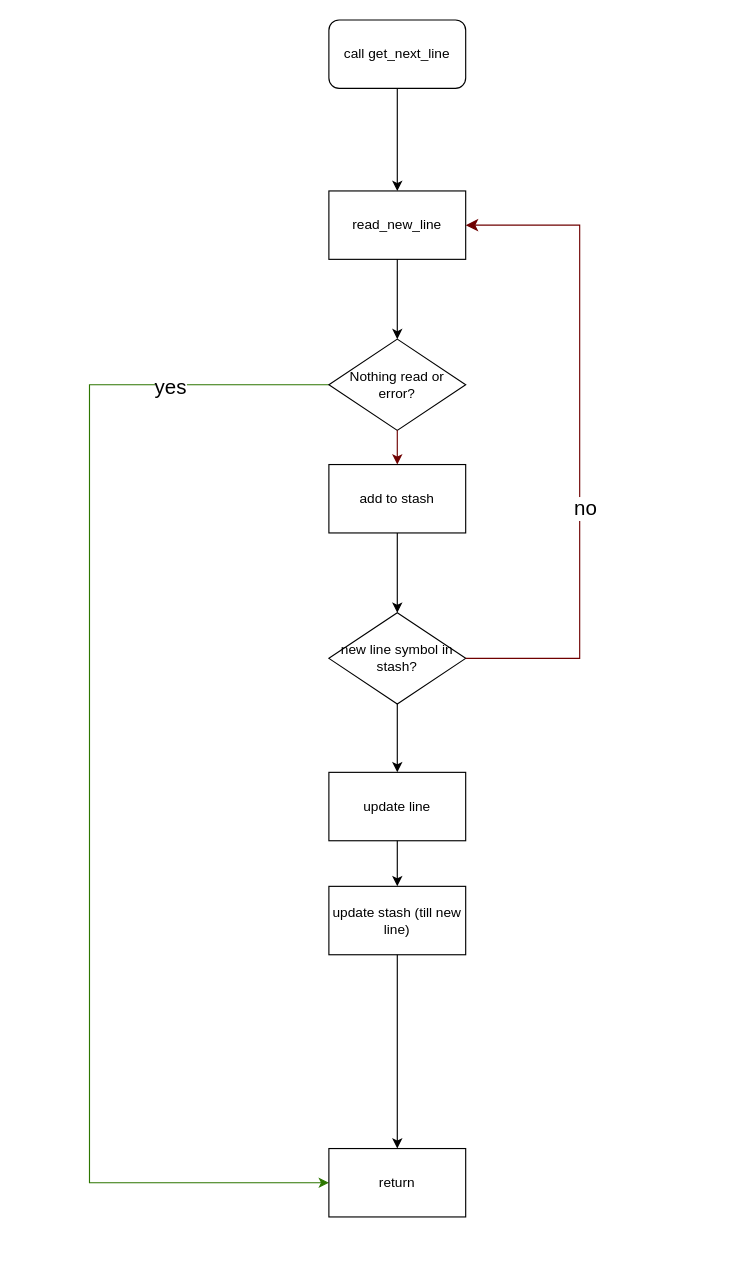
Above: get_next_line.drawio in justchillinghere/42_get_next_line (draw.io), before the change. Source tidied: cells renumbered, new cells numbered last; positions are measured from the earlier drawing's top-left corner, leaving out a move shared by most shapes. Both pictures are drawn from the tidied source at 114%, with x=0, y=0 at pixel (89, 19).
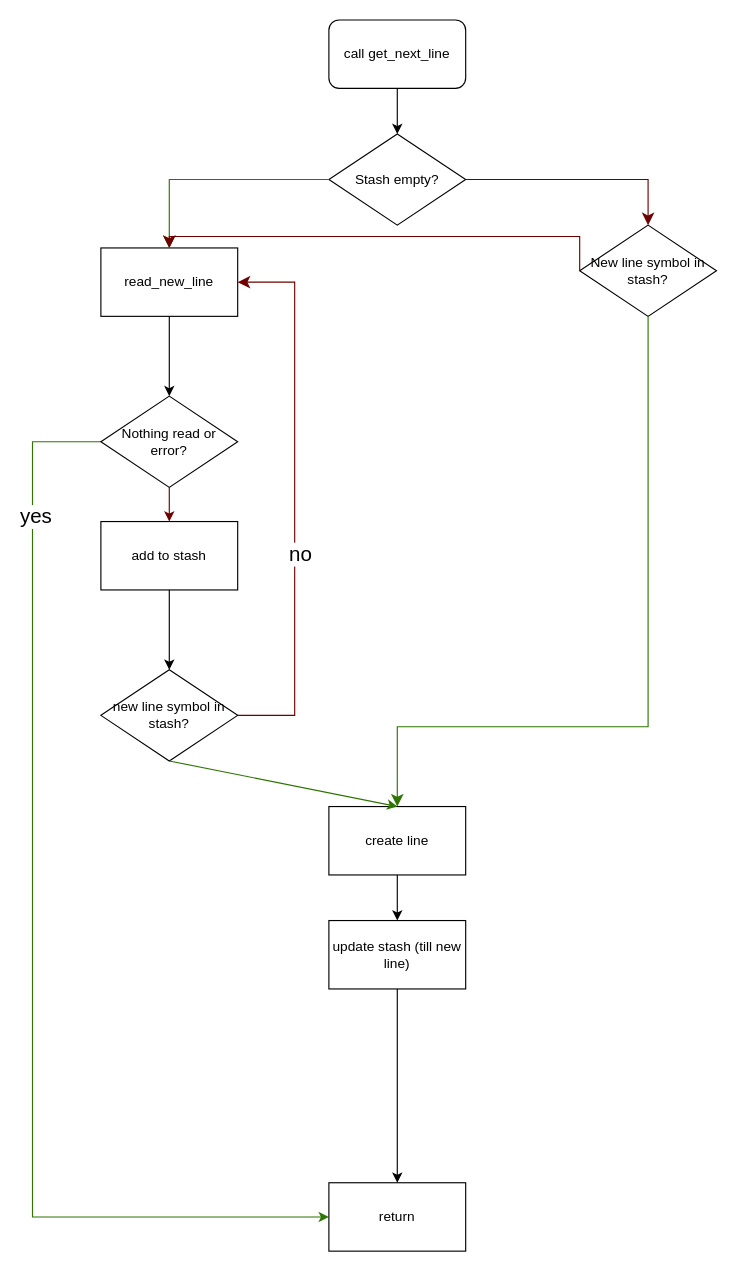
The same diagram, later.

The change refers to these unchanged cells:
```xml
<mxCell id="2" value="call get_next_line" style="rounded=1;whiteSpace=wrap;html=1;" parent="1" vertex="1">
  <mxGeometry x="210" width="120" height="60" as="geometry" />
</mxCell>
```

The edit, as a diff of the source:
```diff
@@
     <mxCell id="3" style="endArrow=classic;html=1;rounded=0;exitX=0.5;exitY=1;exitDx=0;exitDy=0;" parent="1" edge="1" source="2">
       <mxGeometry relative="1" as="geometry">
-        <mxPoint x="270" y="150" as="targetPoint" />
+        <mxPoint x="270" y="100" as="targetPoint" />
       </mxGeometry>
     </mxCell>
     <mxCell id="4" value="read_new_line" style="rounded=0;whiteSpace=wrap;html=1;" parent="1" vertex="1">
-      <mxGeometry x="210" y="150" width="120" height="60" as="geometry" />
+      <mxGeometry x="10" y="200" width="120" height="60" as="geometry" />
     </mxCell>
     <mxCell id="5" style="endArrow=classic;html=1;rounded=0;exitX=0.5;exitY=1;exitDx=0;exitDy=0;" parent="1" edge="1" source="4">
       <mxGeometry relative="1" as="geometry">
-        <mxPoint x="270" y="280" as="targetPoint" />
+        <mxPoint x="70" y="330" as="targetPoint" />
       </mxGeometry>
     </mxCell>
     <mxCell id="6" style="edgeStyle=orthogonalEdgeStyle;rounded=0;jettySize=auto;html=1;exitX=0;exitY=0.5;exitDx=0;exitDy=0;fillColor=#60a917;strokeColor=#2D7600;entryX=0;entryY=0.5;entryDx=0;entryDy=0;" parent="1" edge="1" source="8" target="9">
       <mxGeometry relative="1" as="geometry">
         <Array as="points">
-          <mxPoint y="320" />
-          <mxPoint y="1020" />
+          <mxPoint x="-50" y="370" />
+          <mxPoint x="-50" y="1050" />
         </Array>
       </mxGeometry>
     </mxCell>
@@
     <mxCell id="8" value="Nothing read or error?" style="rhombus;whiteSpace=wrap;html=1;" parent="1" vertex="1">
-      <mxGeometry x="210" y="280" width="120" height="80" as="geometry" />
+      <mxGeometry x="10" y="330" width="120" height="80" as="geometry" />
     </mxCell>
     <mxCell id="9" value="return" style="rounded=0;whiteSpace=wrap;html=1;" parent="1" vertex="1">
-      <mxGeometry x="210" y="990" width="120" height="60" as="geometry" />
+      <mxGeometry x="210" y="1020" width="120" height="60" as="geometry" />
     </mxCell>
     <mxCell id="10" value="add to stash" style="rounded=0;whiteSpace=wrap;html=1;" parent="1" vertex="1">
-      <mxGeometry x="210" y="390" width="120" height="60" as="geometry" />
+      <mxGeometry x="10" y="440" width="120" height="60" as="geometry" />
     </mxCell>
     <mxCell id="11" value="new line symbol in stash?" style="rhombus;whiteSpace=wrap;html=1;" parent="1" vertex="1">
-      <mxGeometry x="210" y="520" width="120" height="80" as="geometry" />
+      <mxGeometry x="10" y="570" width="120" height="80" as="geometry" />
     </mxCell>
     <mxCell id="12" style="edgeStyle=segmentEdgeStyle;endArrow=classic;html=1;curved=0;rounded=0;endSize=8;startSize=8;entryX=1;entryY=0.5;entryDx=0;entryDy=0;exitX=1;exitY=0.5;exitDx=0;exitDy=0;fillColor=#a20025;strokeColor=#6F0000;" parent="1" edge="1" source="11" target="4">
       <mxGeometry relative="1" as="geometry">
         <Array as="points">
-          <mxPoint x="430" y="560" />
-          <mxPoint x="430" y="180" />
+          <mxPoint x="180" y="610" />
+          <mxPoint x="180" y="230" />
         </Array>
       </mxGeometry>
     </mxCell>
@@
-    <mxCell id="15" value="update line" style="rounded=0;whiteSpace=wrap;html=1;" parent="1" vertex="1">
-      <mxGeometry x="210" y="660" width="120" height="60" as="geometry" />
+    <mxCell id="15" value="create line" style="rounded=0;whiteSpace=wrap;html=1;" parent="1" vertex="1">
+      <mxGeometry x="210" y="690" width="120" height="60" as="geometry" />
     </mxCell>
-    <mxCell id="16" style="endArrow=classic;html=1;rounded=0;exitX=0.5;exitY=1;exitDx=0;exitDy=0;entryX=0.5;entryY=0;entryDx=0;entryDy=0;" parent="1" edge="1" source="11" target="15">
+    <mxCell id="16" style="endArrow=classic;html=1;rounded=0;exitX=0.5;exitY=1;exitDx=0;exitDy=0;entryX=0.5;entryY=0;entryDx=0;entryDy=0;fillColor=#60a917;strokeColor=#2D7600;" parent="1" edge="1" source="11" target="15">
       <mxGeometry relative="1" as="geometry" />
     </mxCell>
     <mxCell id="17" value="update stash (till new line)" style="rounded=0;whiteSpace=wrap;html=1;" parent="1" vertex="1">
-      <mxGeometry x="210" y="760" width="120" height="60" as="geometry" />
+      <mxGeometry x="210" y="790" width="120" height="60" as="geometry" />
     </mxCell>
@@
+    <mxCell id="21" value="Stash empty?" style="rhombus;whiteSpace=wrap;html=1;" parent="1" vertex="1">
+      <mxGeometry x="210" y="100" width="120" height="80" as="geometry" />
+    </mxCell>
+    <mxCell id="22" value="New line symbol in stash?" style="rhombus;whiteSpace=wrap;html=1;" parent="1" vertex="1">
+      <mxGeometry x="430" y="180" width="120" height="80" as="geometry" />
+    </mxCell>
+    <mxCell id="23" style="edgeStyle=segmentEdgeStyle;endArrow=classic;html=1;curved=0;rounded=0;endSize=8;startSize=8;exitX=0.5;exitY=1;exitDx=0;exitDy=0;fillColor=#60a917;strokeColor=#2D7600;" parent="1" edge="1" source="22">
+      <mxGeometry relative="1" as="geometry">
+        <mxPoint x="270" y="690" as="targetPoint" />
+        <Array as="points">
+          <mxPoint x="490" y="620" />
+          <mxPoint x="270" y="620" />
+        </Array>
+      </mxGeometry>
+    </mxCell>
+    <mxCell id="24" style="edgeStyle=segmentEdgeStyle;endArrow=classic;html=1;curved=0;rounded=0;endSize=8;startSize=8;exitX=0;exitY=0.5;exitDx=0;exitDy=0;fillColor=#60a917;strokeColor=#2D7600;" parent="1" edge="1" source="21" target="4">
+      <mxGeometry relative="1" as="geometry" />
+    </mxCell>
+    <mxCell id="25" style="edgeStyle=segmentEdgeStyle;endArrow=classic;html=1;curved=0;rounded=0;endSize=8;startSize=8;exitX=1;exitY=0.5;exitDx=0;exitDy=0;entryX=0.5;entryY=0;entryDx=0;entryDy=0;fillColor=#a20025;strokeColor=#6F0000;" parent="1" edge="1" source="21" target="22">
+      <mxGeometry relative="1" as="geometry" />
+    </mxCell>
+    <mxCell id="26" style="edgeStyle=segmentEdgeStyle;endArrow=classic;html=1;curved=0;rounded=0;endSize=8;startSize=8;exitX=0;exitY=0.5;exitDx=0;exitDy=0;fillColor=#a20025;strokeColor=#6F0000;" parent="1" edge="1" source="22">
+      <mxGeometry relative="1" as="geometry">
+        <mxPoint x="70" y="200" as="targetPoint" />
+        <Array as="points">
+          <mxPoint x="430" y="190" />
+          <mxPoint x="70" y="190" />
+        </Array>
+      </mxGeometry>
+    </mxCell>
```
